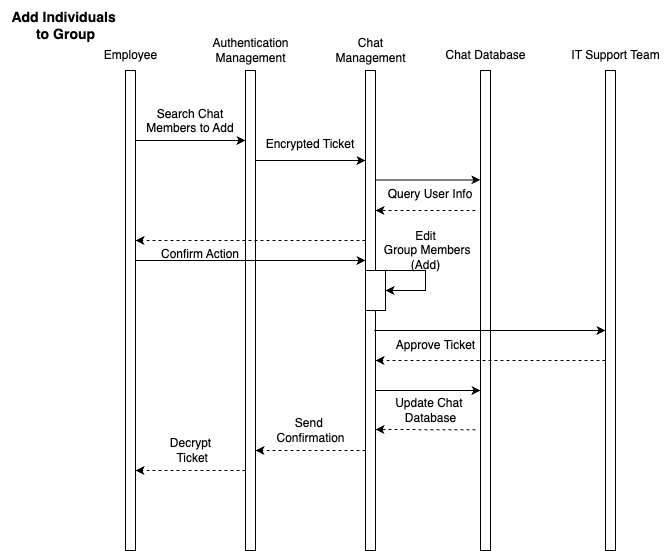
This is D3/SequenceDiagrams/BE7.png from SumanyaG/3A04, a draw.io export, as it was before one commit. Source tidied: cells renumbered, new cells last; positions are measured from the earlier drawing's top-left corner, leaving out a move shared by most shapes.
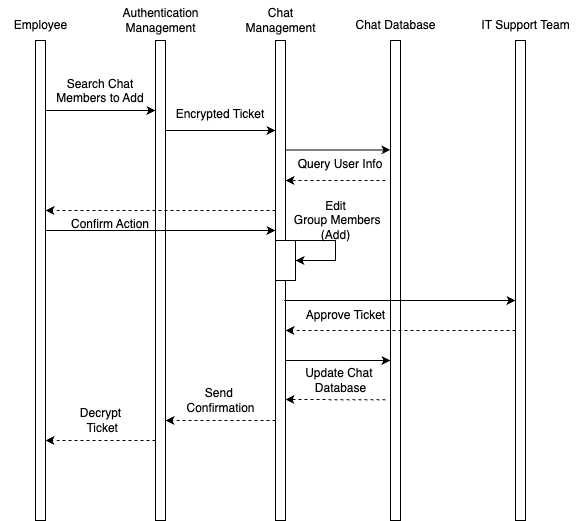
Above is the later version.

The edit, as a diff of the source:
```diff
@@ -141,8 +141,5 @@
         <mxPoint x="135" y="470" as="targetPoint" />
       </mxGeometry>
     </mxCell>
-    <mxCell id="35" value="&lt;b&gt;&lt;font style=&quot;font-size: 14px;&quot;&gt;Add Individuals&amp;nbsp;&lt;/font&gt;&lt;/b&gt;&lt;div&gt;&lt;b&gt;&lt;font style=&quot;font-size: 14px;&quot;&gt;to Group&lt;/font&gt;&lt;/b&gt;&lt;/div&gt;" style="text;html=1;align=center;verticalAlign=middle;strokeColor=none;fillColor=none;" parent="1" vertex="1">
-      <mxGeometry width="130" height="50" as="geometry" />
-    </mxCell>
   </root>
 </mxGraphModel>
```
